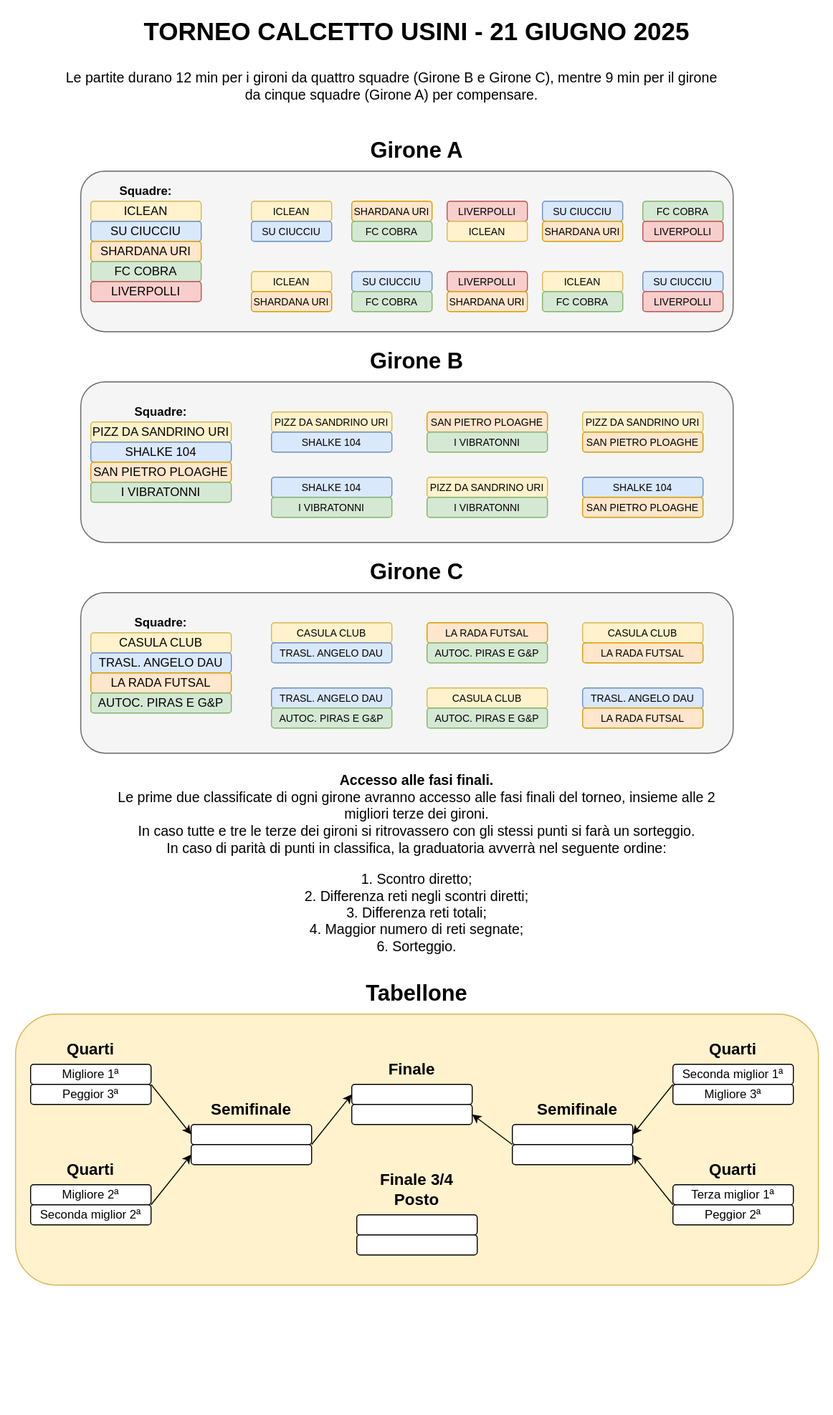
This is torneo-calcetto-2025/tabellone.svg from cscalaresu/tornei, a draw.io export, as it was before one commit. Source tidied: cells renumbered, new cells last; positions are measured from the earlier drawing's top-left corner, leaving out a move shared by most shapes.
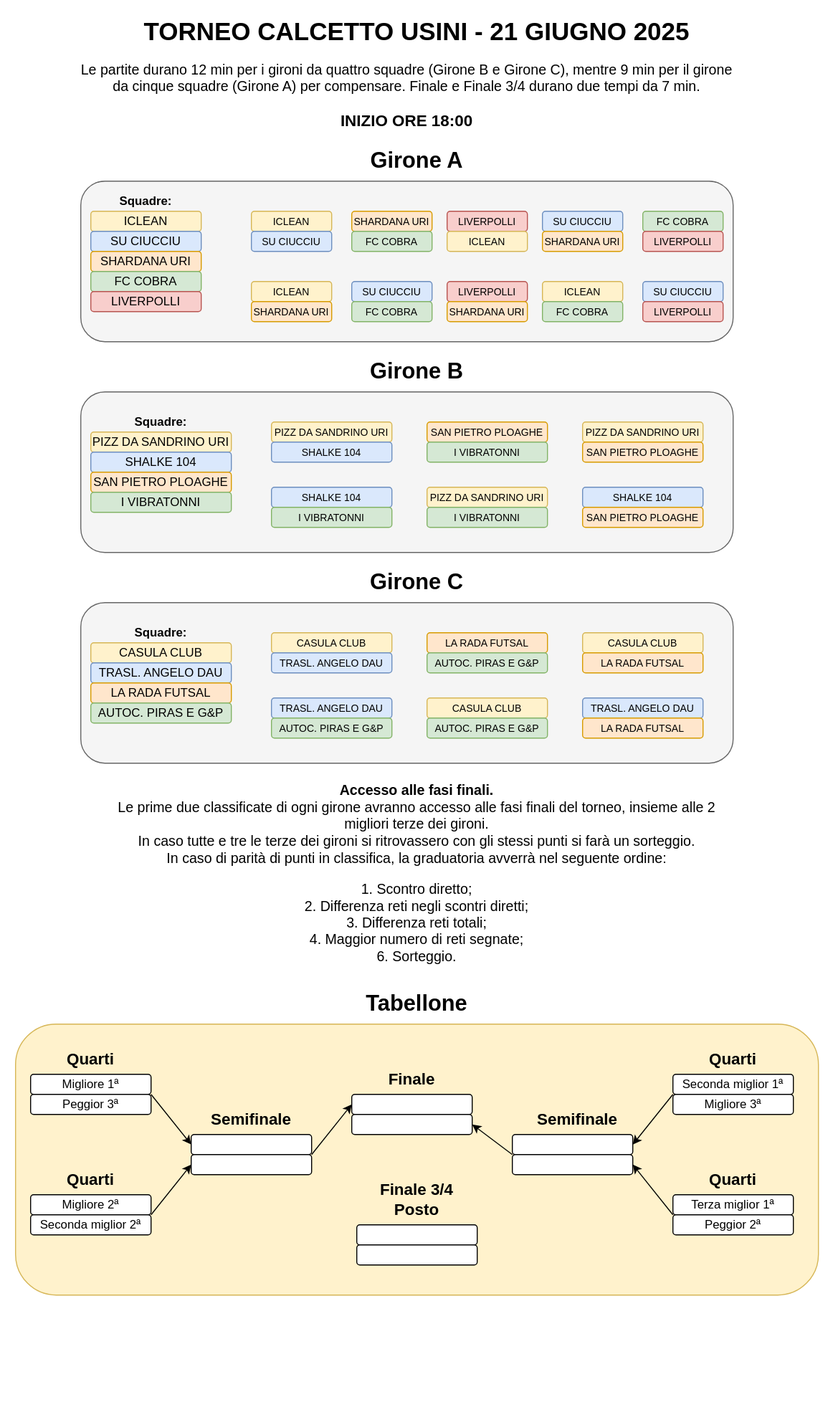
After the change.

Diff of the diagram source:
```diff
@@ -21,7 +21,7 @@
       <mxGeometry x="220" y="140" width="390" height="20" as="geometry" />
     </mxCell>
     <mxCell id="8" value="&lt;font style=&quot;font-size: 25px;&quot;&gt;&lt;b&gt;TORNEO CALCETTO USINI - 21 GIUGNO 2025&lt;/b&gt;&lt;/font&gt;" style="text;html=1;align=center;verticalAlign=middle;whiteSpace=wrap;rounded=0;" parent="1" vertex="1">
-      <mxGeometry width="830" height="60" as="geometry" />
+      <mxGeometry y="-10" width="830" height="60" as="geometry" />
     </mxCell>
     <mxCell id="9" value="FC COBRA" style="rounded=1;whiteSpace=wrap;html=1;fillColor=#d5e8d4;strokeColor=#82b366;" parent="1" vertex="1">
       <mxGeometry x="90" y="260" width="110" height="20" as="geometry" />
@@ -293,8 +293,8 @@
     <mxCell id="98" value="&lt;font style=&quot;font-size: 16px;&quot;&gt;&lt;b&gt;Finale 3/4 Posto&lt;/b&gt;&lt;/font&gt;" style="text;html=1;align=center;verticalAlign=middle;whiteSpace=wrap;rounded=0;" parent="1" vertex="1">
       <mxGeometry x="360" y="1170" width="110" height="30" as="geometry" />
     </mxCell>
-    <mxCell id="99" value="&lt;font style=&quot;font-size: 14px;&quot;&gt;Le partite durano 12 min per i gironi da quattro squadre (Girone B e Girone C), mentre 9 min per il girone da cinque squadre (Girone A) per compensare.&lt;/font&gt;" style="text;html=1;align=center;verticalAlign=middle;whiteSpace=wrap;rounded=0;" parent="1" vertex="1">
-      <mxGeometry x="60" y="60" width="660" height="50" as="geometry" />
+    <mxCell id="99" value="&lt;div&gt;&lt;font style=&quot;font-size: 14px;&quot;&gt;Le partite durano 12 min per i gironi da quattro squadre (Girone B e Girone C), mentre 9 min per il girone da cinque squadre (Girone A) per compensare. Finale e Finale 3/4 durano due tempi da 7 min.&lt;/font&gt;&lt;/div&gt;&lt;div&gt;&lt;font style=&quot;font-size: 14px;&quot;&gt;&lt;br&gt;&lt;/font&gt;&lt;/div&gt;&lt;div&gt;&lt;font style=&quot;font-size: 16px;&quot;&gt;&lt;b&gt;INIZIO ORE 18:00&lt;/b&gt;&lt;/font&gt;&lt;/div&gt;" style="text;html=1;align=center;verticalAlign=middle;whiteSpace=wrap;rounded=0;" parent="1" vertex="1">
+      <mxGeometry x="75" y="60" width="660" height="50" as="geometry" />
     </mxCell>
     <mxCell id="100" value="&lt;font style=&quot;font-size: 16px;&quot;&gt;&lt;b&gt;Quarti&lt;/b&gt;&lt;/font&gt;" style="text;html=1;align=center;verticalAlign=middle;whiteSpace=wrap;rounded=0;" parent="1" vertex="1">
       <mxGeometry x="35" y="1150" width="110" height="30" as="geometry" />
```
